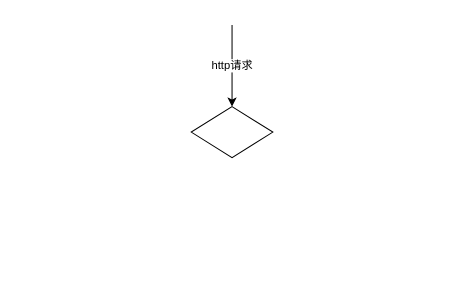
Earlier version of the draw.io diagram drawio/http_caching_decision_tree.drawio (happinessandlove/Pic). Source tidied: cells renumbered, new cells numbered last; positions are measured from the earlier drawing's top-left corner, leaving out a move shared by most shapes. Both pictures are drawn from the tidied source at 102%, with x=0, y=0 at pixel (191, 24).
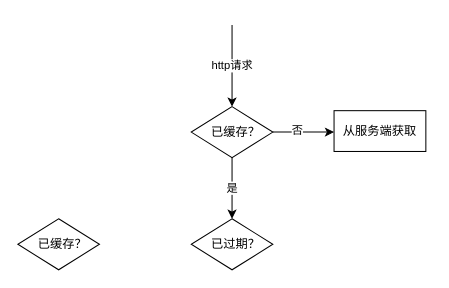
The same page after the edit.

The edit, as a diff of the source:
```diff
@@
 <mxGraphModel>
   <root>
     <mxCell id="0" />
     <mxCell id="1" parent="0" />
+    <mxCell id="3" value="http请求" style="endArrow=classic;html=1;rounded=0;entryX=0.5;entryY=0;entryDx=0;entryDy=0;" parent="1" edge="1" target="2">
+      <mxGeometry relative="1" as="geometry">
+        <mxPoint x="40" as="sourcePoint" />
+      </mxGeometry>
+    </mxCell>
+    <mxCell id="4" value="是" style="endArrow=classic;html=1;rounded=0;exitX=0.5;exitY=1;exitDx=0;exitDy=0;entryX=0.5;entryY=0;entryDx=0;entryDy=0;" parent="1" edge="1" source="2">
+      <mxGeometry relative="1" as="geometry">
+        <mxPoint x="40" y="190" as="targetPoint" />
+      </mxGeometry>
+    </mxCell>
+    <mxCell id="5" style="endArrow=classic;html=1;rounded=0;exitX=1;exitY=0.5;exitDx=0;exitDy=0;" parent="1" edge="1" source="2">
+      <mxGeometry relative="1" as="geometry">
+        <mxPoint x="140" y="105" as="targetPoint" />
+      </mxGeometry>
+    </mxCell>
+    <mxCell id="6" value="否" style="edgeLabel;html=1;align=center;verticalAlign=middle;" parent="5" vertex="1">
+      <mxGeometry x="-0.23" y="3" relative="1" as="geometry" />
+    </mxCell>
+    <mxCell id="7" style="group;" parent="1" vertex="1">
+      <mxGeometry y="80" width="80" height="50" as="geometry" />
+    </mxCell>
-    <mxCell id="2" style="rhombus;whiteSpace=wrap;html=1;" parent="1" vertex="1">
-      <mxGeometry y="80" width="80" height="50" as="geometry" />
+    <mxCell id="2" style="rhombus;whiteSpace=wrap;html=1;" parent="7" vertex="1">
+      <mxGeometry width="80" height="50" as="geometry" />
     </mxCell>
-    <mxCell id="3" value="http请求" style="endArrow=classic;html=1;rounded=0;entryX=0.5;entryY=0;entryDx=0;entryDy=0;" parent="1" edge="1" target="2">
-      <mxGeometry relative="1" as="geometry">
-        <mxPoint x="40" as="sourcePoint" />
-      </mxGeometry>
-    </mxCell>
+    <mxCell id="8" value="已缓存？" style="text;html=1;strokeColor=none;fillColor=none;align=center;verticalAlign=middle;whiteSpace=wrap;rounded=0;" parent="7" vertex="1">
+      <mxGeometry x="14" y="10" width="60" height="30" as="geometry" />
+    </mxCell>
+    <mxCell id="9" style="group;" parent="1" vertex="1">
+      <mxGeometry x="-170" y="190" width="80" height="50" as="geometry" />
+    </mxCell>
+    <mxCell id="10" style="rhombus;whiteSpace=wrap;html=1;" parent="9" vertex="1">
+      <mxGeometry width="80" height="50" as="geometry" />
+    </mxCell>
+    <mxCell id="11" value="已缓存？" style="text;html=1;strokeColor=none;fillColor=none;align=center;verticalAlign=middle;whiteSpace=wrap;rounded=0;" parent="9" vertex="1">
+      <mxGeometry x="14" y="10" width="60" height="30" as="geometry" />
+    </mxCell>
+    <mxCell id="12" style="group;" parent="1" vertex="1">
+      <mxGeometry y="190" width="80" height="50" as="geometry" />
+    </mxCell>
+    <mxCell id="13" style="rhombus;whiteSpace=wrap;html=1;" parent="12" vertex="1">
+      <mxGeometry width="80" height="50" as="geometry" />
+    </mxCell>
+    <mxCell id="14" value="已过期？" style="text;html=1;strokeColor=none;fillColor=none;align=center;verticalAlign=middle;whiteSpace=wrap;rounded=0;" parent="12" vertex="1">
+      <mxGeometry x="14" y="10" width="60" height="30" as="geometry" />
+    </mxCell>
+    <mxCell id="15" style="rounded=0;whiteSpace=wrap;html=1;" parent="1" vertex="1">
+      <mxGeometry x="140" y="84" width="90" height="40" as="geometry" />
+    </mxCell>
+    <mxCell id="16" value="从服务端获取" style="text;html=1;strokeColor=none;fillColor=none;align=center;verticalAlign=middle;whiteSpace=wrap;rounded=0;" parent="1" vertex="1">
+      <mxGeometry x="135" y="89" width="100" height="30" as="geometry" />
+    </mxCell>
   </root>
 </mxGraphModel>
```
